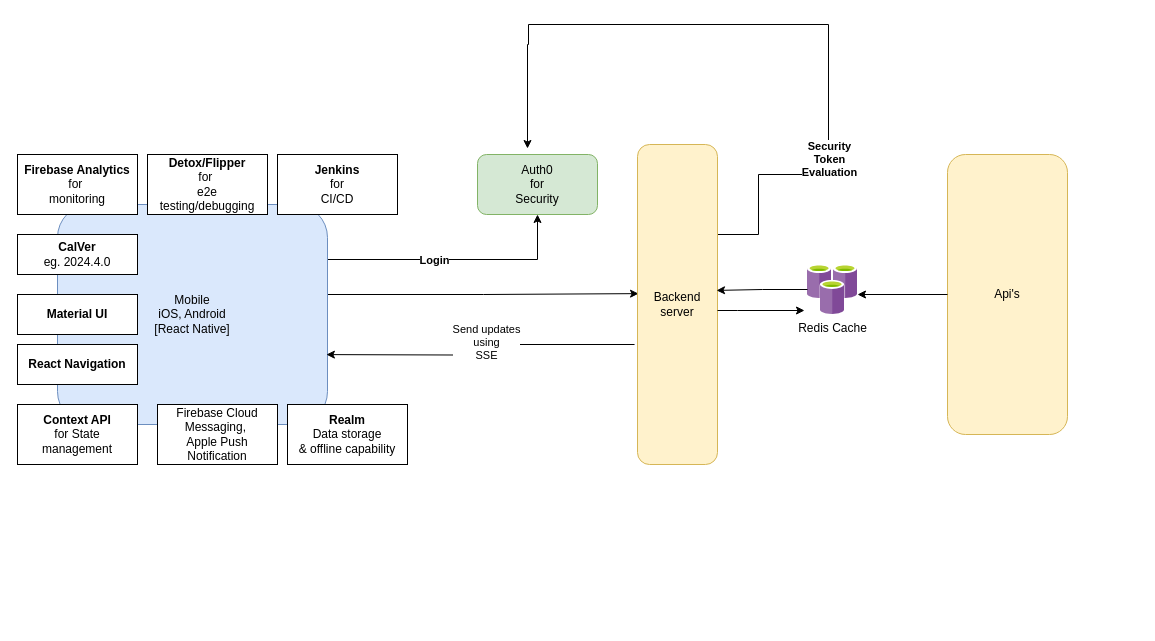
Above: page "Mobile" (2 of 7) of diagrams/Untitled Diagram.drawio in nadusumilli/mobileArch (draw.io), before the change. Source tidied: cells renumbered, new cells numbered last; positions are measured from the earlier drawing's top-left corner, leaving out a move shared by most shapes. Both pictures are drawn from the tidied source at 100%, with x=0, y=0 at pixel (17, 24).
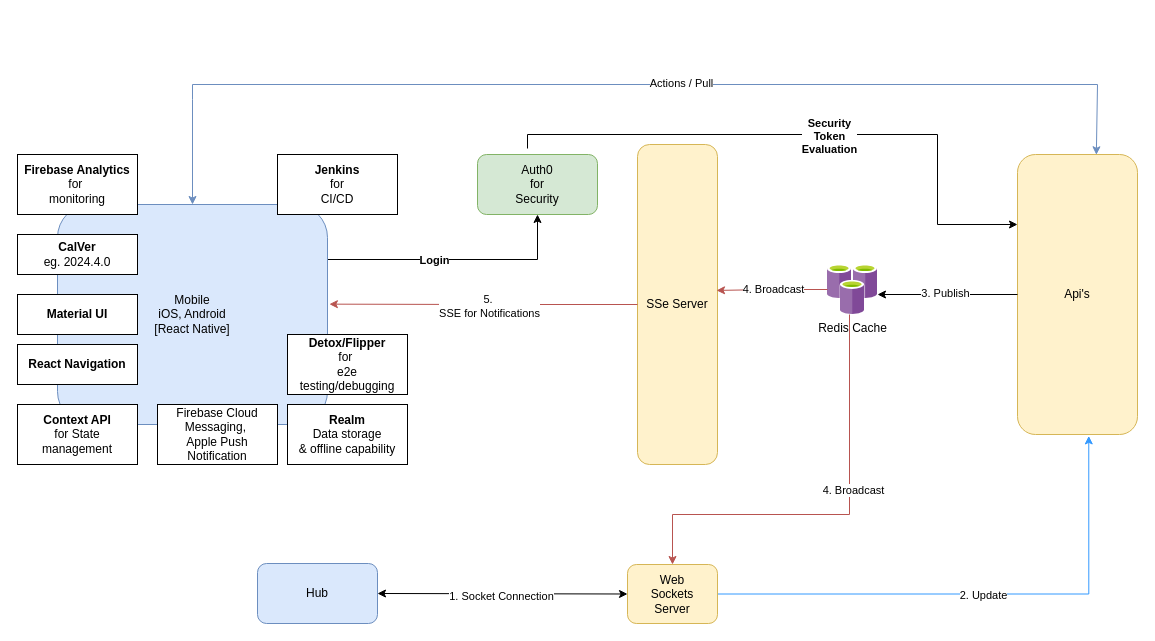
The same diagram, later.

Unchanged cells that the change refers to:
```xml
<mxCell id="5" value="Mobile&lt;div&gt;iOS, Android&lt;br&gt;&lt;div&gt;[React Native]&lt;/div&gt;&lt;/div&gt;" style="rounded=1;whiteSpace=wrap;html=1;fillColor=#dae8fc;strokeColor=#6c8ebf;" parent="1" vertex="1">
  <mxGeometry x="40" y="180" width="270" height="220" as="geometry" />
</mxCell>
<mxCell id="24" style="edgeStyle=orthogonalEdgeStyle;rounded=0;jettySize=auto;html=1;entryX=1;entryY=0.6;entryDx=0;entryDy=0;entryPerimeter=0;" parent="1" edge="1" source="23" target="21">
  <mxGeometry relative="1" as="geometry" />
</mxCell>
```

The edit, as a diff of the source:
```diff
@@
-    <mxCell id="2" style="edgeStyle=orthogonalEdgeStyle;rounded=0;jettySize=auto;html=1;entryX=0.013;entryY=0.466;entryDx=0;entryDy=0;entryPerimeter=0;" parent="1" edge="1" target="9">
-      <mxGeometry relative="1" as="geometry">
-        <mxPoint x="310" y="270" as="sourcePoint" />
-        <Array as="points">
-          <mxPoint x="466" y="270" />
-        </Array>
-      </mxGeometry>
-    </mxCell>
@@
-    <mxCell id="7" style="edgeStyle=orthogonalEdgeStyle;rounded=0;jettySize=auto;html=1;entryX=0.492;entryY=-0.1;entryDx=0;entryDy=0;entryPerimeter=0;exitX=1;exitY=0.25;exitDx=0;exitDy=0;" parent="1" edge="1" source="9">
+    <mxCell id="7" style="edgeStyle=orthogonalEdgeStyle;rounded=0;jettySize=auto;html=1;exitX=1;exitY=0.25;exitDx=0;exitDy=0;entryX=0;entryY=0.25;entryDx=0;entryDy=0;" parent="1" edge="1" target="23">
       <mxGeometry relative="1" as="geometry">
-        <mxPoint x="510" y="124" as="targetPoint" />
+        <mxPoint x="510" y="124" as="sourcePoint" />
         <Array as="points">
-          <mxPoint x="741" y="210" />
-          <mxPoint x="741" y="150" />
-          <mxPoint x="811" y="150" />
-          <mxPoint x="811" />
-          <mxPoint x="511" />
-          <mxPoint x="511" y="20" />
-          <mxPoint x="510" y="20" />
+          <mxPoint x="510" y="110" />
+          <mxPoint x="920" y="110" />
+          <mxPoint x="920" y="200" />
         </Array>
       </mxGeometry>
     </mxCell>
     <mxCell id="8" value="&lt;b&gt;Security&lt;/b&gt;&lt;div&gt;&lt;b&gt;Token&lt;/b&gt;&lt;/div&gt;&lt;div&gt;&lt;b&gt;Evaluation&lt;/b&gt;&lt;/div&gt;" style="edgeLabel;html=1;align=center;verticalAlign=middle;" parent="7" vertex="1">
-      <mxGeometry x="-0.48" relative="1" as="geometry" />
+      <mxGeometry x="0.06" y="-1" relative="1" as="geometry" />
     </mxCell>
-    <mxCell id="9" value="Backend&lt;div&gt;server&lt;/div&gt;" style="rounded=1;whiteSpace=wrap;html=1;fillColor=#fff2cc;strokeColor=#d6b656;" parent="1" vertex="1">
+    <mxCell id="9" value="SSe Server" style="rounded=1;whiteSpace=wrap;html=1;fillColor=#fff2cc;strokeColor=#d6b656;" parent="1" vertex="1">
       <mxGeometry x="620" y="120" width="80" height="320" as="geometry" />
     </mxCell>
@@
-    <mxCell id="12" style="edgeStyle=orthogonalEdgeStyle;rounded=0;jettySize=auto;html=1;exitX=-0.037;exitY=0.625;exitDx=0;exitDy=0;entryX=0.996;entryY=0.864;entryDx=0;entryDy=0;entryPerimeter=0;exitPerimeter=0;" parent="1" edge="1" source="9">
-      <mxGeometry relative="1" as="geometry">
-        <mxPoint x="308.9" y="330.1" as="targetPoint" />
-      </mxGeometry>
-    </mxCell>
-    <mxCell id="13" value="Send updates&lt;div&gt;using&lt;/div&gt;&lt;div&gt;SSE&lt;/div&gt;" style="edgeLabel;html=1;align=center;verticalAlign=middle;" parent="12" vertex="1">
-      <mxGeometry x="-0.06" y="-3" relative="1" as="geometry">
-        <mxPoint x="1" as="offset" />
-      </mxGeometry>
-    </mxCell>
@@
     <mxCell id="15" value="&lt;div&gt;&lt;b&gt;Detox/Flipper&lt;/b&gt;&lt;/div&gt;&lt;div&gt;for&amp;nbsp;&lt;/div&gt;&lt;div&gt;e2e testing/debugging&lt;/div&gt;" style="rounded=0;whiteSpace=wrap;html=1;" parent="1" vertex="1">
-      <mxGeometry x="130" y="130" width="120" height="60" as="geometry" />
+      <mxGeometry x="270" y="310" width="120" height="60" as="geometry" />
     </mxCell>
@@
     <mxCell id="21" value="Redis Cache" style="image;sketch=0;html=1;points=[];align=center;fontSize=12;image=img/lib/mscae/Azure_Cache_for_Redis.svg;" parent="1" vertex="1">
-      <mxGeometry x="790" y="240" width="50" height="50" as="geometry" />
+      <mxGeometry x="810" y="240" width="50" height="50" as="geometry" />
     </mxCell>
-    <mxCell id="22" style="edgeStyle=orthogonalEdgeStyle;rounded=0;jettySize=auto;html=1;entryX=0.988;entryY=0.456;entryDx=0;entryDy=0;entryPerimeter=0;" parent="1" edge="1" source="21" target="9">
+    <mxCell id="22" style="edgeStyle=orthogonalEdgeStyle;rounded=0;jettySize=auto;html=1;entryX=0.988;entryY=0.456;entryDx=0;entryDy=0;entryPerimeter=0;fillColor=#f8cecc;strokeColor=#b85450;" parent="1" edge="1" source="21" target="9">
       <mxGeometry relative="1" as="geometry" />
     </mxCell>
+    <mxCell id="26" value="4. Broadcast" style="edgeLabel;html=1;align=center;verticalAlign=middle;" parent="22" vertex="1">
+      <mxGeometry x="-0.04" y="-1" relative="1" as="geometry">
+        <mxPoint x="-1" as="offset" />
+      </mxGeometry>
+    </mxCell>
     <mxCell id="23" value="Api's" style="rounded=1;whiteSpace=wrap;html=1;fillColor=#fff2cc;strokeColor=#d6b656;" parent="1" vertex="1">
-      <mxGeometry x="930" y="130" width="120" height="280" as="geometry" />
+      <mxGeometry x="1000" y="130" width="120" height="280" as="geometry" />
     </mxCell>
@@
-    <mxCell id="25" style="edgeStyle=orthogonalEdgeStyle;rounded=0;jettySize=auto;html=1;entryX=-0.06;entryY=0.92;entryDx=0;entryDy=0;entryPerimeter=0;" parent="1" edge="1" source="9" target="21">
-      <mxGeometry relative="1" as="geometry">
-        <Array as="points">
-          <mxPoint x="720" y="286" />
-          <mxPoint x="720" y="286" />
-        </Array>
-      </mxGeometry>
-    </mxCell>
+    <mxCell id="27" value="3. Publish" style="edgeLabel;html=1;align=center;verticalAlign=middle;" parent="24" vertex="1">
+      <mxGeometry x="0.04" y="-2" relative="1" as="geometry" />
+    </mxCell>
+    <mxCell id="28" value="Hub" style="rounded=1;whiteSpace=wrap;html=1;fillColor=#dae8fc;strokeColor=#6c8ebf;" parent="1" vertex="1">
+      <mxGeometry x="240" y="539" width="120" height="60" as="geometry" />
+    </mxCell>
+    <mxCell id="29" style="edgeStyle=orthogonalEdgeStyle;rounded=0;jettySize=auto;html=1;exitX=1;exitY=0.5;exitDx=0;exitDy=0;entryX=0.594;entryY=1.005;entryDx=0;entryDy=0;strokeColor=#3399FF;entryPerimeter=0;" parent="1" edge="1" source="31" target="23">
+      <mxGeometry relative="1" as="geometry" />
+    </mxCell>
+    <mxCell id="30" value="2. Update" style="edgeLabel;html=1;align=center;verticalAlign=middle;" parent="29" vertex="1">
+      <mxGeometry relative="1" as="geometry">
+        <mxPoint y="1" as="offset" />
+      </mxGeometry>
+    </mxCell>
+    <mxCell id="31" value="Web&lt;div&gt;Sockets&lt;/div&gt;&lt;div&gt;Server&lt;/div&gt;" style="rounded=1;whiteSpace=wrap;html=1;fillColor=#fff2cc;strokeColor=#d6b656;" parent="1" vertex="1">
+      <mxGeometry x="610" y="540" width="90" height="59" as="geometry" />
+    </mxCell>
+    <mxCell id="32" style="endArrow=classic;startArrow=classic;html=1;rounded=0;entryX=0;entryY=0.5;entryDx=0;entryDy=0;exitX=1;exitY=0.5;exitDx=0;exitDy=0;" parent="1" edge="1" source="28" target="31">
+      <mxGeometry relative="1" as="geometry" />
+    </mxCell>
+    <mxCell id="33" value="1. Socket Connection" style="edgeLabel;html=1;align=center;verticalAlign=middle;" parent="32" vertex="1">
+      <mxGeometry x="-0.01" y="-2" relative="1" as="geometry" />
+    </mxCell>
+    <mxCell id="34" style="edgeStyle=orthogonalEdgeStyle;rounded=0;jettySize=auto;html=1;strokeColor=#b85450;fillColor=#f8cecc;entryX=0.5;entryY=0;entryDx=0;entryDy=0;" parent="1" edge="1" source="21" target="31">
+      <mxGeometry relative="1" as="geometry">
+        <Array as="points">
+          <mxPoint x="832" y="490" />
+          <mxPoint x="655" y="490" />
+        </Array>
+      </mxGeometry>
+    </mxCell>
+    <mxCell id="35" value="4. Broadcast" style="edgeLabel;html=1;align=center;verticalAlign=middle;" parent="34" vertex="1">
+      <mxGeometry x="-0.18" y="3" relative="1" as="geometry" />
+    </mxCell>
+    <mxCell id="36" style="edgeStyle=orthogonalEdgeStyle;rounded=0;jettySize=auto;html=1;entryX=1.007;entryY=0.453;entryDx=0;entryDy=0;entryPerimeter=0;fillColor=#f8cecc;strokeColor=#b85450;" parent="1" edge="1" source="9" target="5">
+      <mxGeometry relative="1" as="geometry" />
+    </mxCell>
+    <mxCell id="37" value="5.&amp;nbsp;&lt;div&gt;SSE for Notifications&lt;/div&gt;" style="edgeLabel;html=1;align=center;verticalAlign=middle;" parent="36" vertex="1">
+      <mxGeometry x="-0.04" y="1" relative="1" as="geometry">
+        <mxPoint x="-1" as="offset" />
+      </mxGeometry>
+    </mxCell>
+    <mxCell id="38" style="endArrow=classic;startArrow=classic;html=1;rounded=0;entryX=0.657;entryY=0.001;entryDx=0;entryDy=0;exitX=0.5;exitY=0;exitDx=0;exitDy=0;entryPerimeter=0;fillColor=#dae8fc;strokeColor=#6c8ebf;" parent="1" edge="1" source="5" target="23">
+      <mxGeometry relative="1" as="geometry">
+        <Array as="points">
+          <mxPoint x="175" y="75" />
+          <mxPoint x="175" y="60" />
+          <mxPoint x="1080" y="60" />
+        </Array>
+      </mxGeometry>
+    </mxCell>
+    <mxCell id="39" value="Actions / Pull" style="edgeLabel;html=1;align=center;verticalAlign=middle;" parent="38" vertex="1">
+      <mxGeometry x="0.11" y="2" relative="1" as="geometry" />
+    </mxCell>
```
